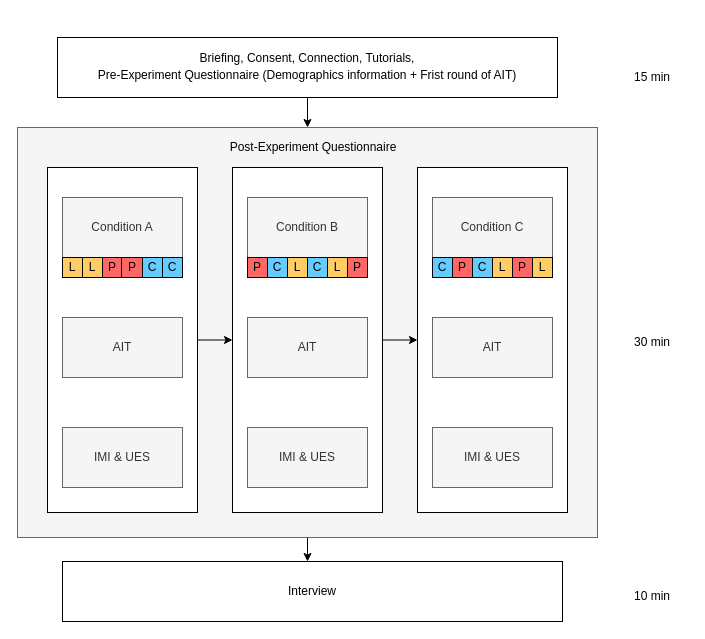
Before: Untitled Diagram.drawio in Axiosly/renpygame, a draw.io diagram. Source tidied: cells renumbered, new cells numbered last; positions are measured from the earlier drawing's top-left corner, leaving out a move shared by most shapes. Both pictures are drawn from the tidied source at 100%, with x=0, y=0 at pixel (17, 37).
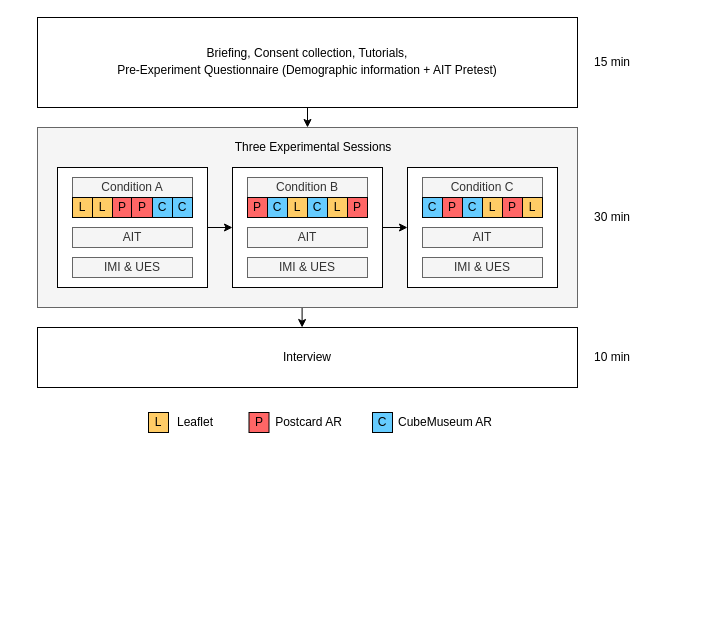
The same page after the edit.

The edit, as a diff of the source:
```diff
@@
     <mxCell id="3" style="rounded=0;whiteSpace=wrap;html=1;fillColor=#f5f5f5;strokeColor=#666666;fontColor=#333333;" parent="1" vertex="1">
-      <mxGeometry y="90" width="580" height="410" as="geometry" />
+      <mxGeometry x="20" y="90" width="540" height="180" as="geometry" />
     </mxCell>
@@
     <mxCell id="5" style="rounded=0;whiteSpace=wrap;html=1;" parent="1" vertex="1">
-      <mxGeometry x="30" y="130" width="150" height="345" as="geometry" />
+      <mxGeometry x="40" y="130" width="150" height="120" as="geometry" />
     </mxCell>
@@
     <mxCell id="7" style="rounded=0;whiteSpace=wrap;html=1;" parent="1" vertex="1">
-      <mxGeometry x="215" y="130" width="150" height="345" as="geometry" />
+      <mxGeometry x="215" y="130" width="150" height="120" as="geometry" />
     </mxCell>
     <mxCell id="8" style="rounded=0;whiteSpace=wrap;html=1;" parent="1" vertex="1">
-      <mxGeometry x="400" y="130" width="150" height="345" as="geometry" />
+      <mxGeometry x="390" y="130" width="150" height="120" as="geometry" />
     </mxCell>
@@
-    <mxCell id="10" value="Briefing, Consent, Connection, Tutorials, &lt;br&gt;&lt;span&gt;&lt;span lang=&quot;EN-US&quot; style=&quot;line-height: 150%&quot;&gt;&lt;font face=&quot;Arial&quot;&gt;Pre-Experiment Questionnaire&amp;nbsp;&lt;/font&gt;&lt;/span&gt;&lt;/span&gt;(Demographics information + Frist round of AIT)" style="rounded=0;whiteSpace=wrap;html=1;" parent="1" vertex="1">
-      <mxGeometry x="40" width="500" height="60" as="geometry" />
+    <mxCell id="10" value="Briefing, Consent collection, Tutorials, &lt;br&gt;&lt;span&gt;&lt;span lang=&quot;EN-US&quot; style=&quot;line-height: 150%&quot;&gt;&lt;font face=&quot;Arial&quot;&gt;Pre-Experiment Questionnaire&amp;nbsp;&lt;/font&gt;&lt;/span&gt;&lt;/span&gt;(Demographic information + AIT Pretest)" style="rounded=0;whiteSpace=wrap;html=1;" parent="1" vertex="1">
+      <mxGeometry x="20" y="-20" width="540" height="90" as="geometry" />
     </mxCell>
     <mxCell id="11" value="&lt;font face=&quot;Arial&quot;&gt;Interview&lt;/font&gt;" style="rounded=0;whiteSpace=wrap;html=1;" parent="1" vertex="1">
-      <mxGeometry x="45" y="524" width="500" height="60" as="geometry" />
+      <mxGeometry x="20" y="290" width="540" height="60" as="geometry" />
     </mxCell>
     <mxCell id="12" value="&lt;font face=&quot;Arial&quot;&gt;Condition A&lt;/font&gt;" style="rounded=0;whiteSpace=wrap;html=1;fillColor=#f5f5f5;strokeColor=#666666;fontColor=#333333;" parent="1" vertex="1">
-      <mxGeometry x="45" y="160" width="120" height="60" as="geometry" />
+      <mxGeometry x="55" y="140" width="120" height="20" as="geometry" />
     </mxCell>
     <mxCell id="13" value="&lt;span style=&quot;font-family: &amp;#34;arial&amp;#34;&quot;&gt;Condition B&lt;/span&gt;" style="rounded=0;whiteSpace=wrap;html=1;fillColor=#f5f5f5;strokeColor=#666666;fontColor=#333333;" parent="1" vertex="1">
-      <mxGeometry x="230" y="160" width="120" height="60" as="geometry" />
+      <mxGeometry x="230" y="140" width="120" height="20" as="geometry" />
     </mxCell>
     <mxCell id="14" value="&lt;span style=&quot;font-family: &amp;#34;arial&amp;#34;&quot;&gt;Condition C&lt;/span&gt;" style="rounded=0;whiteSpace=wrap;html=1;fillColor=#f5f5f5;strokeColor=#666666;fontColor=#333333;" parent="1" vertex="1">
-      <mxGeometry x="415" y="160" width="120" height="60" as="geometry" />
+      <mxGeometry x="405" y="140" width="120" height="20" as="geometry" />
     </mxCell>
     <mxCell id="15" value="&lt;font face=&quot;Arial&quot;&gt;AIT&lt;/font&gt;" style="rounded=0;whiteSpace=wrap;html=1;fillColor=#f5f5f5;strokeColor=#666666;fontColor=#333333;" parent="1" vertex="1">
-      <mxGeometry x="45" y="280" width="120" height="60" as="geometry" />
+      <mxGeometry x="55" y="190" width="120" height="20" as="geometry" />
     </mxCell>
     <mxCell id="16" value="&lt;span style=&quot;font-family: &amp;#34;arial&amp;#34;&quot;&gt;AIT&lt;/span&gt;" style="rounded=0;whiteSpace=wrap;html=1;fillColor=#f5f5f5;strokeColor=#666666;fontColor=#333333;" parent="1" vertex="1">
-      <mxGeometry x="230" y="280" width="120" height="60" as="geometry" />
+      <mxGeometry x="230" y="190" width="120" height="20" as="geometry" />
     </mxCell>
     <mxCell id="17" value="&lt;span style=&quot;font-family: &amp;#34;arial&amp;#34;&quot;&gt;AIT&lt;/span&gt;" style="rounded=0;whiteSpace=wrap;html=1;fillColor=#f5f5f5;strokeColor=#666666;fontColor=#333333;" parent="1" vertex="1">
-      <mxGeometry x="415" y="280" width="120" height="60" as="geometry" />
+      <mxGeometry x="405" y="190" width="120" height="20" as="geometry" />
     </mxCell>
     <mxCell id="18" value="IMI &amp;amp; UES" style="rounded=0;whiteSpace=wrap;html=1;fillColor=#f5f5f5;strokeColor=#666666;fontColor=#333333;" parent="1" vertex="1">
-      <mxGeometry x="45" y="390" width="120" height="60" as="geometry" />
+      <mxGeometry x="55" y="220" width="120" height="20" as="geometry" />
     </mxCell>
     <mxCell id="19" value="&lt;span&gt;IMI &amp;amp; UES&lt;/span&gt;" style="rounded=0;whiteSpace=wrap;html=1;fillColor=#f5f5f5;strokeColor=#666666;fontColor=#333333;" parent="1" vertex="1">
-      <mxGeometry x="230" y="390" width="120" height="60" as="geometry" />
+      <mxGeometry x="230" y="220" width="120" height="20" as="geometry" />
     </mxCell>
     <mxCell id="20" value="&lt;span&gt;IMI &amp;amp; UES&lt;/span&gt;" style="rounded=0;whiteSpace=wrap;html=1;fillColor=#f5f5f5;strokeColor=#666666;fontColor=#333333;" parent="1" vertex="1">
-      <mxGeometry x="415" y="390" width="120" height="60" as="geometry" />
+      <mxGeometry x="405" y="220" width="120" height="20" as="geometry" />
     </mxCell>
     <mxCell id="21" value="&lt;font face=&quot;Arial&quot;&gt;L&lt;/font&gt;" style="rounded=0;whiteSpace=wrap;html=1;fontColor=#000000;fillColor=#ffcc66;" parent="1" vertex="1">
-      <mxGeometry x="45" y="220" width="20" height="20" as="geometry" />
+      <mxGeometry x="55" y="160" width="20" height="20" as="geometry" />
     </mxCell>
     <mxCell id="22" value="&lt;span style=&quot;font-family: &amp;#34;arial&amp;#34;&quot;&gt;L&lt;/span&gt;" style="rounded=0;whiteSpace=wrap;html=1;fontColor=#000000;fillColor=#FFCC66;" parent="1" vertex="1">
-      <mxGeometry x="65" y="220" width="20" height="20" as="geometry" />
+      <mxGeometry x="75" y="160" width="20" height="20" as="geometry" />
     </mxCell>
     <mxCell id="23" value="&lt;font face=&quot;Arial&quot;&gt;P&lt;/font&gt;" style="rounded=0;whiteSpace=wrap;html=1;fillColor=#FF6666;" parent="1" vertex="1">
-      <mxGeometry x="85" y="220" width="20" height="20" as="geometry" />
+      <mxGeometry x="95" y="160" width="20" height="20" as="geometry" />
     </mxCell>
     <mxCell id="24" value="&lt;font face=&quot;Arial&quot;&gt;P&lt;/font&gt;" style="rounded=0;whiteSpace=wrap;html=1;fillColor=#ff6666;" parent="1" vertex="1">
-      <mxGeometry x="104" y="220" width="22" height="20" as="geometry" />
+      <mxGeometry x="114" y="160" width="22" height="20" as="geometry" />
     </mxCell>
     <mxCell id="25" value="&lt;font face=&quot;Arial&quot;&gt;C&lt;/font&gt;" style="rounded=0;whiteSpace=wrap;html=1;fillColor=#66ccff;" parent="1" vertex="1">
-      <mxGeometry x="125" y="220" width="20" height="20" as="geometry" />
+      <mxGeometry x="135" y="160" width="20" height="20" as="geometry" />
     </mxCell>
     <mxCell id="26" value="&lt;span style=&quot;font-family: &amp;#34;arial&amp;#34;&quot;&gt;C&lt;/span&gt;" style="rounded=0;whiteSpace=wrap;html=1;fillColor=#66ccff;" parent="1" vertex="1">
-      <mxGeometry x="145" y="220" width="20" height="20" as="geometry" />
+      <mxGeometry x="155" y="160" width="20" height="20" as="geometry" />
     </mxCell>
     <mxCell id="27" value="&lt;span style=&quot;font-family: &amp;#34;arial&amp;#34;&quot;&gt;P&lt;/span&gt;" style="rounded=0;whiteSpace=wrap;html=1;fillColor=#FF6666;" parent="1" vertex="1">
-      <mxGeometry x="230" y="220" width="20" height="20" as="geometry" />
+      <mxGeometry x="230" y="160" width="20" height="20" as="geometry" />
     </mxCell>
     <mxCell id="28" value="&lt;span style=&quot;font-family: &amp;#34;arial&amp;#34;&quot;&gt;C&lt;/span&gt;" style="rounded=0;whiteSpace=wrap;html=1;fillColor=#66CCFF;" parent="1" vertex="1">
-      <mxGeometry x="250" y="220" width="20" height="20" as="geometry" />
+      <mxGeometry x="250" y="160" width="20" height="20" as="geometry" />
     </mxCell>
     <mxCell id="29" value="&lt;span style=&quot;font-family: &amp;#34;arial&amp;#34;&quot;&gt;L&lt;/span&gt;" style="rounded=0;whiteSpace=wrap;html=1;fillColor=#FFCC66;" parent="1" vertex="1">
-      <mxGeometry x="270" y="220" width="20" height="20" as="geometry" />
+      <mxGeometry x="270" y="160" width="20" height="20" as="geometry" />
     </mxCell>
     <mxCell id="30" value="&lt;span style=&quot;font-family: &amp;#34;arial&amp;#34;&quot;&gt;C&lt;/span&gt;" style="rounded=0;whiteSpace=wrap;html=1;fillColor=#66CCFF;" parent="1" vertex="1">
-      <mxGeometry x="290" y="220" width="20" height="20" as="geometry" />
+      <mxGeometry x="290" y="160" width="20" height="20" as="geometry" />
     </mxCell>
     <mxCell id="31" value="&lt;span style=&quot;font-family: &amp;#34;arial&amp;#34;&quot;&gt;L&lt;/span&gt;" style="rounded=0;whiteSpace=wrap;html=1;fillColor=#FFCC66;" parent="1" vertex="1">
-      <mxGeometry x="310" y="220" width="20" height="20" as="geometry" />
+      <mxGeometry x="310" y="160" width="20" height="20" as="geometry" />
     </mxCell>
     <mxCell id="32" value="&lt;span style=&quot;font-family: &amp;#34;arial&amp;#34;&quot;&gt;P&lt;/span&gt;" style="rounded=0;whiteSpace=wrap;html=1;fillColor=#FF6666;" parent="1" vertex="1">
-      <mxGeometry x="330" y="220" width="20" height="20" as="geometry" />
+      <mxGeometry x="330" y="160" width="20" height="20" as="geometry" />
     </mxCell>
     <mxCell id="33" value="&lt;span style=&quot;font-family: &amp;#34;arial&amp;#34;&quot;&gt;C&lt;/span&gt;" style="rounded=0;whiteSpace=wrap;html=1;fillColor=#66CCFF;" parent="1" vertex="1">
-      <mxGeometry x="415" y="220" width="20" height="20" as="geometry" />
+      <mxGeometry x="405" y="160" width="20" height="20" as="geometry" />
     </mxCell>
     <mxCell id="34" value="&lt;span style=&quot;font-family: &amp;#34;arial&amp;#34;&quot;&gt;C&lt;/span&gt;" style="rounded=0;whiteSpace=wrap;html=1;fillColor=#66CCFF;" parent="1" vertex="1">
-      <mxGeometry x="455" y="220" width="20" height="20" as="geometry" />
+      <mxGeometry x="445" y="160" width="20" height="20" as="geometry" />
     </mxCell>
     <mxCell id="35" value="&lt;span style=&quot;font-family: &amp;#34;arial&amp;#34;&quot;&gt;L&lt;/span&gt;" style="rounded=0;whiteSpace=wrap;html=1;fillColor=#FFCC66;" parent="1" vertex="1">
-      <mxGeometry x="475" y="220" width="20" height="20" as="geometry" />
+      <mxGeometry x="465" y="160" width="20" height="20" as="geometry" />
     </mxCell>
     <mxCell id="36" value="&lt;span style=&quot;font-family: &amp;#34;arial&amp;#34;&quot;&gt;P&lt;/span&gt;" style="rounded=0;whiteSpace=wrap;html=1;fillColor=#FF6666;" parent="1" vertex="1">
-      <mxGeometry x="495" y="220" width="20" height="20" as="geometry" />
+      <mxGeometry x="485" y="160" width="20" height="20" as="geometry" />
     </mxCell>
     <mxCell id="37" value="&lt;span style=&quot;font-family: &amp;#34;arial&amp;#34;&quot;&gt;L&lt;/span&gt;" style="rounded=0;whiteSpace=wrap;html=1;fillColor=#FFCC66;" parent="1" vertex="1">
-      <mxGeometry x="515" y="220" width="20" height="20" as="geometry" />
+      <mxGeometry x="505" y="160" width="20" height="20" as="geometry" />
     </mxCell>
     <mxCell id="38" value="&lt;span style=&quot;font-family: &amp;#34;arial&amp;#34;&quot;&gt;P&lt;/span&gt;" style="rounded=0;whiteSpace=wrap;html=1;fillColor=#FF6666;" parent="1" vertex="1">
-      <mxGeometry x="435" y="220" width="20" height="20" as="geometry" />
+      <mxGeometry x="425" y="160" width="20" height="20" as="geometry" />
     </mxCell>
     <mxCell id="39" value="&lt;font face=&quot;Arial&quot;&gt;10 min&lt;/font&gt;" style="text;html=1;strokeColor=none;fillColor=none;align=center;verticalAlign=middle;whiteSpace=wrap;rounded=0;" parent="1" vertex="1">
-      <mxGeometry x="600" y="534" width="70" height="50" as="geometry" />
+      <mxGeometry x="560" y="295" width="70" height="50" as="geometry" />
     </mxCell>
     <mxCell id="40" value="&lt;font face=&quot;Arial&quot;&gt;30 min&lt;/font&gt;" style="text;html=1;strokeColor=none;fillColor=none;align=center;verticalAlign=middle;whiteSpace=wrap;rounded=0;" parent="1" vertex="1">
-      <mxGeometry x="600" y="280" width="70" height="50" as="geometry" />
+      <mxGeometry x="560" y="155" width="70" height="50" as="geometry" />
     </mxCell>
     <mxCell id="41" value="&lt;font face=&quot;Arial&quot;&gt;15 min&lt;/font&gt;" style="text;html=1;strokeColor=none;fillColor=none;align=center;verticalAlign=middle;whiteSpace=wrap;rounded=0;" parent="1" vertex="1">
-      <mxGeometry x="600" y="15" width="70" height="50" as="geometry" />
+      <mxGeometry x="560" width="70" height="50" as="geometry" />
     </mxCell>
-    <mxCell id="42" value="&lt;span style=&quot;font-family: &amp;#34;arial&amp;#34;&quot;&gt;Post-Experiment Questionnaire&lt;/span&gt;" style="text;html=1;strokeColor=none;fillColor=none;align=center;verticalAlign=middle;whiteSpace=wrap;rounded=0;" parent="1" vertex="1">
-      <mxGeometry x="126" y="85" width="340" height="50" as="geometry" />
+    <mxCell id="42" value="&lt;font face=&quot;arial&quot;&gt;Three Experimental Sessions&lt;/font&gt;" style="text;html=1;strokeColor=none;fillColor=none;align=center;verticalAlign=middle;whiteSpace=wrap;rounded=0;" parent="1" vertex="1">
+      <mxGeometry x="126" y="90" width="340" height="40" as="geometry" />
     </mxCell>
+    <mxCell id="43" value="&lt;font face=&quot;Arial&quot;&gt;L&lt;/font&gt;" style="rounded=0;whiteSpace=wrap;html=1;fontColor=#000000;fillColor=#ffcc66;" parent="1" vertex="1">
+      <mxGeometry x="131" y="375" width="20" height="20" as="geometry" />
+    </mxCell>
+    <mxCell id="44" value="&lt;font face=&quot;Arial&quot;&gt;P&lt;/font&gt;" style="rounded=0;whiteSpace=wrap;html=1;fillColor=#FF6666;" parent="1" vertex="1">
+      <mxGeometry x="231.5" y="375" width="20" height="20" as="geometry" />
+    </mxCell>
+    <mxCell id="45" value="&lt;span style=&quot;font-family: &amp;#34;arial&amp;#34;&quot;&gt;C&lt;/span&gt;" style="rounded=0;whiteSpace=wrap;html=1;fillColor=#66ccff;" parent="1" vertex="1">
+      <mxGeometry x="355" y="375" width="20" height="20" as="geometry" />
+    </mxCell>
+    <mxCell id="46" value="&lt;font face=&quot;Arial&quot;&gt;Leaflet&lt;/font&gt;" style="text;html=1;strokeColor=none;fillColor=none;align=center;verticalAlign=middle;whiteSpace=wrap;rounded=0;" parent="1" vertex="1">
+      <mxGeometry x="143" y="360" width="70" height="50" as="geometry" />
+    </mxCell>
+    <mxCell id="47" value="&lt;font face=&quot;Arial&quot;&gt;Postcard AR&lt;/font&gt;" style="text;html=1;strokeColor=none;fillColor=none;align=center;verticalAlign=middle;whiteSpace=wrap;rounded=0;" parent="1" vertex="1">
+      <mxGeometry x="250.5" y="360" width="81" height="50" as="geometry" />
+    </mxCell>
+    <mxCell id="48" value="&lt;font face=&quot;Arial&quot;&gt;CubeMuseum AR&lt;/font&gt;" style="text;html=1;strokeColor=none;fillColor=none;align=center;verticalAlign=middle;whiteSpace=wrap;rounded=0;" parent="1" vertex="1">
+      <mxGeometry x="371" y="360" width="114" height="50" as="geometry" />
+    </mxCell>
```
